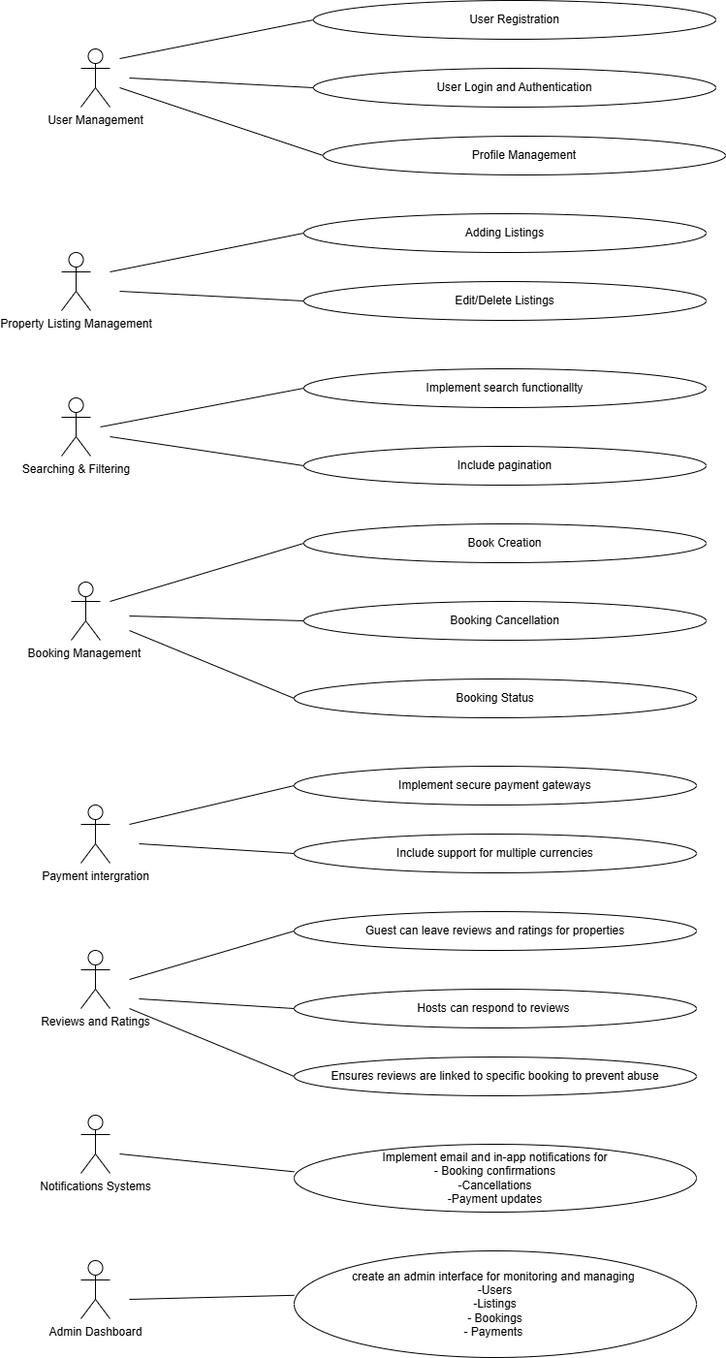
Fa23-max/alx-airbnb-project-documentation keeps this draw.io diagram as use-case-diagram/use.png. Above is the earlier version. Source tidied: cells renumbered, new cells last; positions are measured from the earlier drawing's top-left corner, leaving out a move shared by most shapes. Source of this version:
```xml
<mxGraphModel>
  <root>
    <mxCell id="0" />
    <mxCell id="1" parent="0" />
    <mxCell id="2" value="User Registration" style="ellipse;whiteSpace=wrap;html=1;" parent="1" vertex="1">
      <mxGeometry x="260" width="415" height="40" as="geometry" />
    </mxCell>
    <mxCell id="3" value="User Login and Authentication" style="ellipse;whiteSpace=wrap;html=1;" parent="1" vertex="1">
      <mxGeometry x="260" y="70" width="415" height="40" as="geometry" />
    </mxCell>
    <mxCell id="4" value="&lt;div&gt;Profile Management&lt;/div&gt;" style="ellipse;whiteSpace=wrap;html=1;" parent="1" vertex="1">
      <mxGeometry x="270" y="140" width="415" height="40" as="geometry" />
    </mxCell>
    <mxCell id="5" value="User Management" style="shape=umlActor;verticalLabelPosition=bottom;verticalAlign=top;html=1;" parent="1" vertex="1">
      <mxGeometry x="20" y="50" width="30" height="60" as="geometry" />
    </mxCell>
    <mxCell id="6" style="endArrow=none;html=1;rounded=0;" parent="1" edge="1">
      <mxGeometry relative="1" as="geometry">
        <mxPoint x="60" y="60" as="sourcePoint" />
        <mxPoint x="260" y="20" as="targetPoint" />
      </mxGeometry>
    </mxCell>
    <mxCell id="7" style="endArrow=none;html=1;rounded=0;entryX=0;entryY=0.5;entryDx=0;entryDy=0;" parent="1" edge="1" target="3">
      <mxGeometry relative="1" as="geometry">
        <mxPoint x="70" y="80" as="sourcePoint" />
      </mxGeometry>
    </mxCell>
    <mxCell id="8" style="endArrow=none;html=1;rounded=0;" parent="1" edge="1">
      <mxGeometry relative="1" as="geometry">
        <mxPoint x="60" y="90" as="sourcePoint" />
        <mxPoint x="270" y="160" as="targetPoint" />
      </mxGeometry>
    </mxCell>
    <mxCell id="9" value="Property Listing Management" style="shape=umlActor;verticalLabelPosition=bottom;verticalAlign=top;html=1;" parent="1" vertex="1">
      <mxGeometry y="260" width="30" height="60" as="geometry" />
    </mxCell>
    <mxCell id="10" value="&lt;div&gt;Adding Listings&lt;/div&gt;" style="ellipse;whiteSpace=wrap;html=1;" parent="1" vertex="1">
      <mxGeometry x="250" y="220" width="415" height="40" as="geometry" />
    </mxCell>
    <mxCell id="11" value="&lt;div&gt;Edit/Delete Listings&lt;/div&gt;" style="ellipse;whiteSpace=wrap;html=1;" parent="1" vertex="1">
      <mxGeometry x="250" y="290" width="415" height="40" as="geometry" />
    </mxCell>
    <mxCell id="12" style="endArrow=none;html=1;rounded=0;" parent="1" edge="1">
      <mxGeometry relative="1" as="geometry">
        <mxPoint x="50" y="280" as="sourcePoint" />
        <mxPoint x="250" y="240" as="targetPoint" />
      </mxGeometry>
    </mxCell>
    <mxCell id="13" style="endArrow=none;html=1;rounded=0;" parent="1" edge="1">
      <mxGeometry relative="1" as="geometry">
        <mxPoint x="60" y="300" as="sourcePoint" />
        <mxPoint x="250" y="310" as="targetPoint" />
      </mxGeometry>
    </mxCell>
    <mxCell id="14" value="Searching &amp;amp; Filtering" style="shape=umlActor;verticalLabelPosition=bottom;verticalAlign=top;html=1;" parent="1" vertex="1">
      <mxGeometry y="410" width="30" height="60" as="geometry" />
    </mxCell>
    <mxCell id="15" value="Implement search functionallty" style="ellipse;whiteSpace=wrap;html=1;" parent="1" vertex="1">
      <mxGeometry x="250" y="380" width="415" height="40" as="geometry" />
    </mxCell>
    <mxCell id="16" value="Include pagination" style="ellipse;whiteSpace=wrap;html=1;" parent="1" vertex="1">
      <mxGeometry x="250" y="460" width="415" height="40" as="geometry" />
    </mxCell>
    <mxCell id="17" style="endArrow=none;html=1;rounded=0;entryX=0;entryY=0.5;entryDx=0;entryDy=0;" parent="1" edge="1" target="15">
      <mxGeometry relative="1" as="geometry">
        <mxPoint x="40" y="440" as="sourcePoint" />
      </mxGeometry>
    </mxCell>
    <mxCell id="18" style="endArrow=none;html=1;rounded=0;" parent="1" edge="1">
      <mxGeometry relative="1" as="geometry">
        <mxPoint x="50" y="450" as="sourcePoint" />
        <mxPoint x="250" y="480" as="targetPoint" />
      </mxGeometry>
    </mxCell>
    <mxCell id="19" value="Booking Management&amp;nbsp;" style="shape=umlActor;verticalLabelPosition=bottom;verticalAlign=top;html=1;" parent="1" vertex="1">
      <mxGeometry x="10" y="600" width="30" height="60" as="geometry" />
    </mxCell>
    <mxCell id="20" value="Book Creation" style="ellipse;whiteSpace=wrap;html=1;" parent="1" vertex="1">
      <mxGeometry x="250" y="540" width="415" height="40" as="geometry" />
    </mxCell>
    <mxCell id="21" value="Booking Cancellation" style="ellipse;whiteSpace=wrap;html=1;" parent="1" vertex="1">
      <mxGeometry x="250" y="620" width="415" height="40" as="geometry" />
    </mxCell>
    <mxCell id="22" value="Booking Status" style="ellipse;whiteSpace=wrap;html=1;" parent="1" vertex="1">
      <mxGeometry x="240" y="700" width="415" height="40" as="geometry" />
    </mxCell>
    <mxCell id="23" style="endArrow=none;html=1;rounded=0;" parent="1" edge="1">
      <mxGeometry relative="1" as="geometry">
        <mxPoint x="50" y="620" as="sourcePoint" />
        <mxPoint x="250" y="560" as="targetPoint" />
      </mxGeometry>
    </mxCell>
    <mxCell id="24" style="endArrow=none;html=1;rounded=0;entryX=0;entryY=0.5;entryDx=0;entryDy=0;" parent="1" edge="1" target="21">
      <mxGeometry relative="1" as="geometry">
        <mxPoint x="70" y="635" as="sourcePoint" />
      </mxGeometry>
    </mxCell>
    <mxCell id="25" style="endArrow=none;html=1;rounded=0;entryX=0;entryY=0.5;entryDx=0;entryDy=0;" parent="1" edge="1" target="22">
      <mxGeometry relative="1" as="geometry">
        <mxPoint x="70" y="650" as="sourcePoint" />
      </mxGeometry>
    </mxCell>
    <mxCell id="26" value="Payment intergration" style="shape=umlActor;verticalLabelPosition=bottom;verticalAlign=top;html=1;" parent="1" vertex="1">
      <mxGeometry x="20" y="830" width="30" height="60" as="geometry" />
    </mxCell>
    <mxCell id="27" value="Implement secure payment gateways" style="ellipse;whiteSpace=wrap;html=1;" parent="1" vertex="1">
      <mxGeometry x="240" y="790" width="415" height="40" as="geometry" />
    </mxCell>
    <mxCell id="28" value="Include support for multiple currencies" style="ellipse;whiteSpace=wrap;html=1;" parent="1" vertex="1">
      <mxGeometry x="240" y="860" width="415" height="40" as="geometry" />
    </mxCell>
    <mxCell id="29" style="endArrow=none;html=1;rounded=0;" parent="1" edge="1">
      <mxGeometry relative="1" as="geometry">
        <mxPoint x="70" y="850" as="sourcePoint" />
        <mxPoint x="240" y="810" as="targetPoint" />
      </mxGeometry>
    </mxCell>
    <mxCell id="30" style="endArrow=none;html=1;rounded=0;" parent="1" edge="1">
      <mxGeometry relative="1" as="geometry">
        <mxPoint x="80" y="870" as="sourcePoint" />
        <mxPoint x="240" y="880" as="targetPoint" />
      </mxGeometry>
    </mxCell>
    <mxCell id="31" value="Reviews and Ratings" style="shape=umlActor;verticalLabelPosition=bottom;verticalAlign=top;html=1;" parent="1" vertex="1">
      <mxGeometry x="20" y="980" width="30" height="60" as="geometry" />
    </mxCell>
    <mxCell id="32" value="Guest can leave reviews and ratings for properties" style="ellipse;whiteSpace=wrap;html=1;" parent="1" vertex="1">
      <mxGeometry x="240" y="940" width="415" height="40" as="geometry" />
    </mxCell>
    <mxCell id="33" value="Hosts can respond to reviews&amp;nbsp;" style="ellipse;whiteSpace=wrap;html=1;" parent="1" vertex="1">
      <mxGeometry x="240" y="1020" width="415" height="40" as="geometry" />
    </mxCell>
    <mxCell id="34" value="Ensures reviews are linked to specific booking to prevent abuse" style="ellipse;whiteSpace=wrap;html=1;" parent="1" vertex="1">
      <mxGeometry x="240" y="1090" width="415" height="40" as="geometry" />
    </mxCell>
    <mxCell id="35" style="endArrow=none;html=1;rounded=0;" parent="1" edge="1">
      <mxGeometry relative="1" as="geometry">
        <mxPoint x="70" y="1010" as="sourcePoint" />
        <mxPoint x="240" y="960" as="targetPoint" />
      </mxGeometry>
    </mxCell>
    <mxCell id="36" style="endArrow=none;html=1;rounded=0;" parent="1" edge="1">
      <mxGeometry relative="1" as="geometry">
        <mxPoint x="80" y="1030" as="sourcePoint" />
        <mxPoint x="240" y="1040" as="targetPoint" />
      </mxGeometry>
    </mxCell>
    <mxCell id="37" style="endArrow=none;html=1;rounded=0;" parent="1" edge="1">
      <mxGeometry relative="1" as="geometry">
        <mxPoint x="70" y="1040" as="sourcePoint" />
        <mxPoint x="240" y="1110" as="targetPoint" />
      </mxGeometry>
    </mxCell>
    <mxCell id="38" value="Notifications Systems" style="shape=umlActor;verticalLabelPosition=bottom;verticalAlign=top;html=1;" parent="1" vertex="1">
      <mxGeometry x="20" y="1150" width="30" height="60" as="geometry" />
    </mxCell>
    <mxCell id="39" value="Implement email and in-app notifications for&lt;div&gt;- Booking confirmations&lt;/div&gt;&lt;div&gt;-Cancellations&lt;/div&gt;&lt;div&gt;-Payment updates&lt;/div&gt;" style="ellipse;whiteSpace=wrap;html=1;" parent="1" vertex="1">
      <mxGeometry x="240" y="1180" width="415" height="70" as="geometry" />
    </mxCell>
    <mxCell id="40" style="endArrow=none;html=1;rounded=0;" parent="1" edge="1">
      <mxGeometry relative="1" as="geometry">
        <mxPoint x="60" y="1190" as="sourcePoint" />
        <mxPoint x="240" y="1208.4" as="targetPoint" />
      </mxGeometry>
    </mxCell>
    <mxCell id="41" value="Admin Dashboard" style="shape=umlActor;verticalLabelPosition=bottom;verticalAlign=top;html=1;" parent="1" vertex="1">
      <mxGeometry x="20" y="1300" width="30" height="60" as="geometry" />
    </mxCell>
    <mxCell id="42" value="create an admin interface for monitoring and managing&amp;nbsp;&lt;div&gt;-Users&lt;/div&gt;&lt;div&gt;-Listings&lt;/div&gt;&lt;div&gt;- Bookings&lt;/div&gt;&lt;div&gt;- Payments&amp;nbsp;&lt;/div&gt;" style="ellipse;whiteSpace=wrap;html=1;" parent="1" vertex="1">
      <mxGeometry x="240" y="1290" width="415" height="110" as="geometry" />
    </mxCell>
    <mxCell id="43" style="endArrow=none;html=1;rounded=0;" parent="1" edge="1">
      <mxGeometry relative="1" as="geometry">
        <mxPoint x="70" y="1340" as="sourcePoint" />
        <mxPoint x="240" y="1335.8" as="targetPoint" />
      </mxGeometry>
    </mxCell>
  </root>
</mxGraphModel>
```
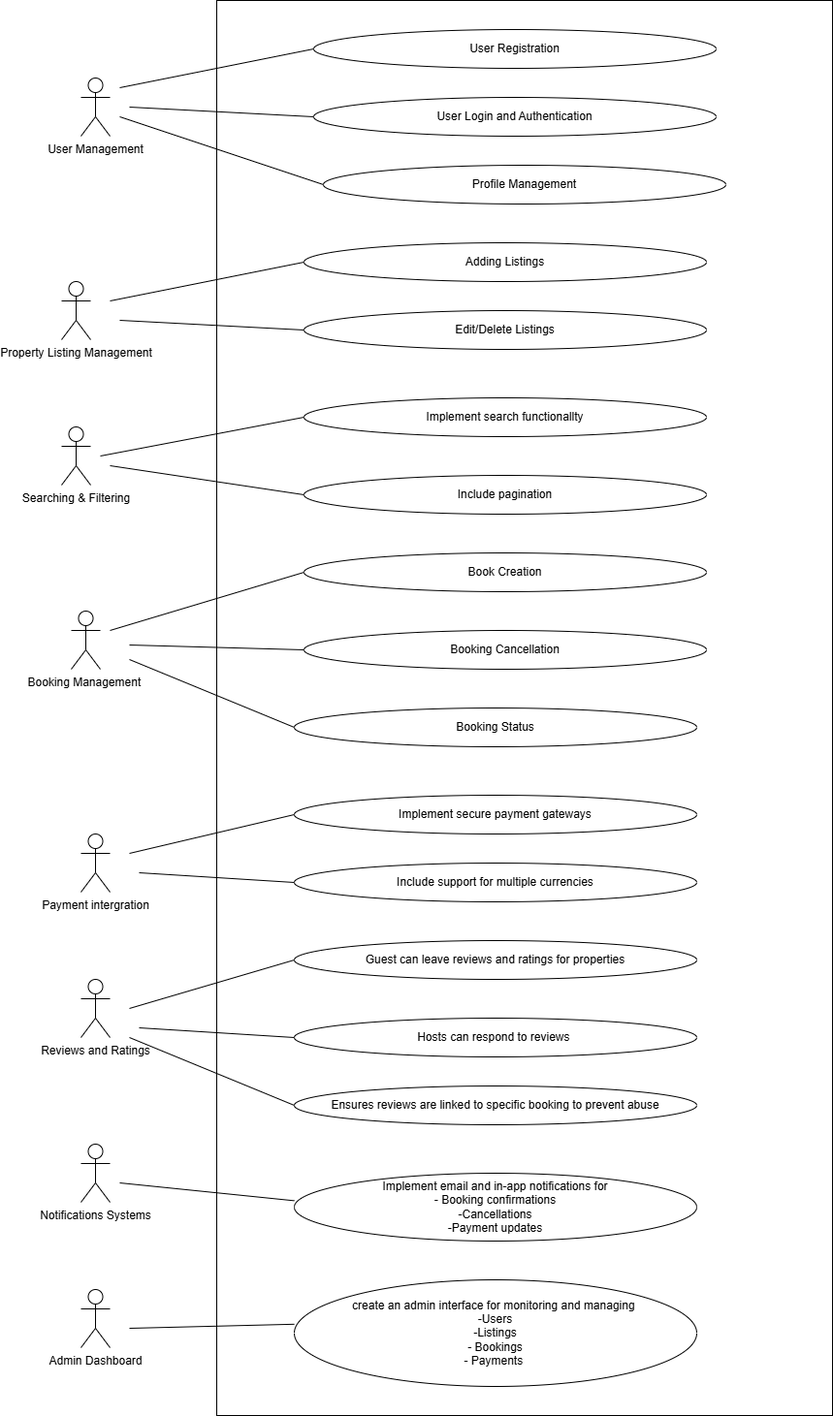
After the commit.

Commit message:
updated use case

Diff of the diagram source:
```diff
@@ -2,6 +2,9 @@
   <root>
     <mxCell id="0" />
     <mxCell id="1" parent="0" />
+    <mxCell id="44" style="rounded=0;whiteSpace=wrap;html=1;" parent="1" vertex="1">
+      <mxGeometry x="160" y="-30" width="635" height="1460" as="geometry" />
+    </mxCell>
     <mxCell id="2" value="User Registration" style="ellipse;whiteSpace=wrap;html=1;" parent="1" vertex="1">
       <mxGeometry x="260" width="415" height="40" as="geometry" />
     </mxCell>
```
